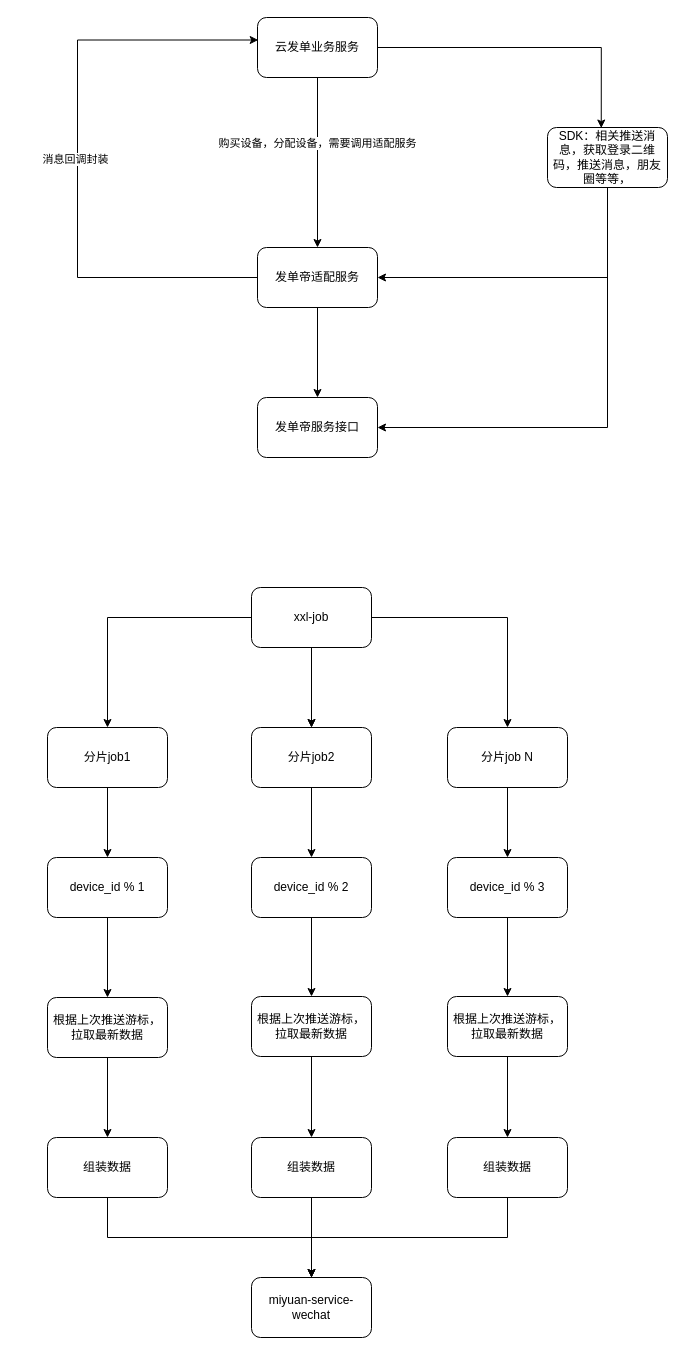
This is miyuan/发单帝架构.drawio from smallleaf/draw.io, a draw.io file, before an edit. Source tidied: cells renumbered, new cells numbered last; positions are measured from the earlier drawing's top-left corner, leaving out a move shared by most shapes. Both pictures are drawn from the tidied source at 100%, with x=0, y=0 at pixel (47, 17).
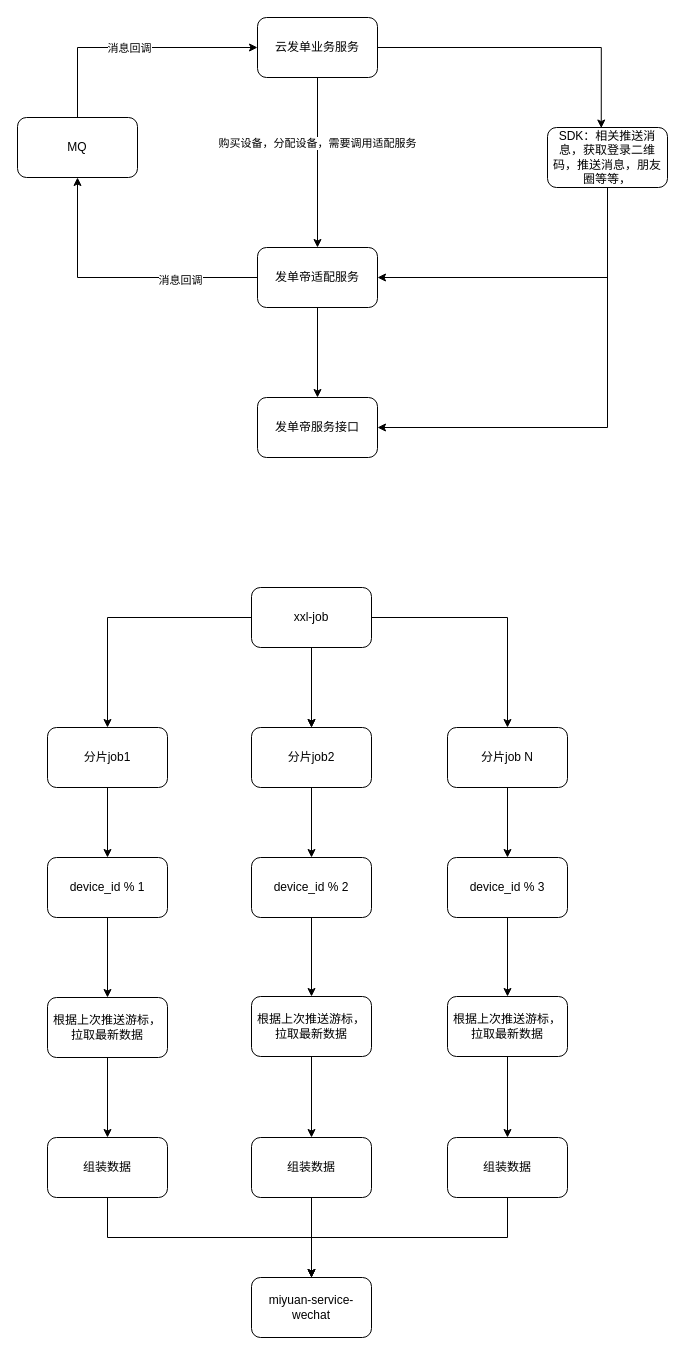
The same diagram, later.

Commit message:
更新发单帝架构.drawio

The change refers to these unchanged cells:
```xml
<mxCell id="4" value="云发单业务服务" style="rounded=1;whiteSpace=wrap;html=1;" parent="1" vertex="1">
  <mxGeometry x="210" width="120" height="60" as="geometry" />
</mxCell>
<mxCell id="6" value="发单帝适配服务" style="rounded=1;whiteSpace=wrap;html=1;" parent="1" vertex="1">
  <mxGeometry x="210" y="230" width="120" height="60" as="geometry" />
</mxCell>
```

Diff of the diagram source:
```diff
@@
+    <mxCell id="44" style="edgeStyle=orthogonalEdgeStyle;rounded=0;jettySize=auto;html=1;exitX=0;exitY=0.5;exitDx=0;exitDy=0;entryX=0.5;entryY=1;entryDx=0;entryDy=0;" parent="1" edge="1" source="6" target="48">
+      <mxGeometry relative="1" as="geometry" />
+    </mxCell>
+    <mxCell id="45" value="消息回调" style="edgeLabel;html=1;align=center;verticalAlign=middle;" parent="44" vertex="1">
+      <mxGeometry x="-0.44" y="2" relative="1" as="geometry" />
+    </mxCell>
@@
-    <mxCell id="7" style="edgeStyle=orthogonalEdgeStyle;rounded=0;jettySize=auto;html=1;exitX=0;exitY=0.5;exitDx=0;exitDy=0;entryX=0.006;entryY=0.375;entryDx=0;entryDy=0;entryPerimeter=0;" parent="1" edge="1" source="6" target="4">
-      <mxGeometry relative="1" as="geometry">
-        <Array as="points">
-          <mxPoint x="30" y="260" />
-          <mxPoint x="30" y="23" />
-        </Array>
-      </mxGeometry>
-    </mxCell>
-    <mxCell id="8" value="消息回调封装" style="edgeLabel;html=1;align=center;verticalAlign=middle;" parent="7" vertex="1">
-      <mxGeometry y="3" relative="1" as="geometry" />
-    </mxCell>
@@
+    <mxCell id="46" style="edgeStyle=orthogonalEdgeStyle;rounded=0;jettySize=auto;html=1;exitX=0.5;exitY=0;exitDx=0;exitDy=0;entryX=0;entryY=0.5;entryDx=0;entryDy=0;" parent="1" edge="1" source="48" target="4">
+      <mxGeometry relative="1" as="geometry" />
+    </mxCell>
+    <mxCell id="47" value="消息回调" style="edgeLabel;html=1;align=center;verticalAlign=middle;" parent="46" vertex="1">
+      <mxGeometry x="-0.03" relative="1" as="geometry" />
+    </mxCell>
+    <mxCell id="48" value="MQ" style="rounded=1;whiteSpace=wrap;html=1;" parent="1" vertex="1">
+      <mxGeometry x="-30" y="100" width="120" height="60" as="geometry" />
+    </mxCell>
```
